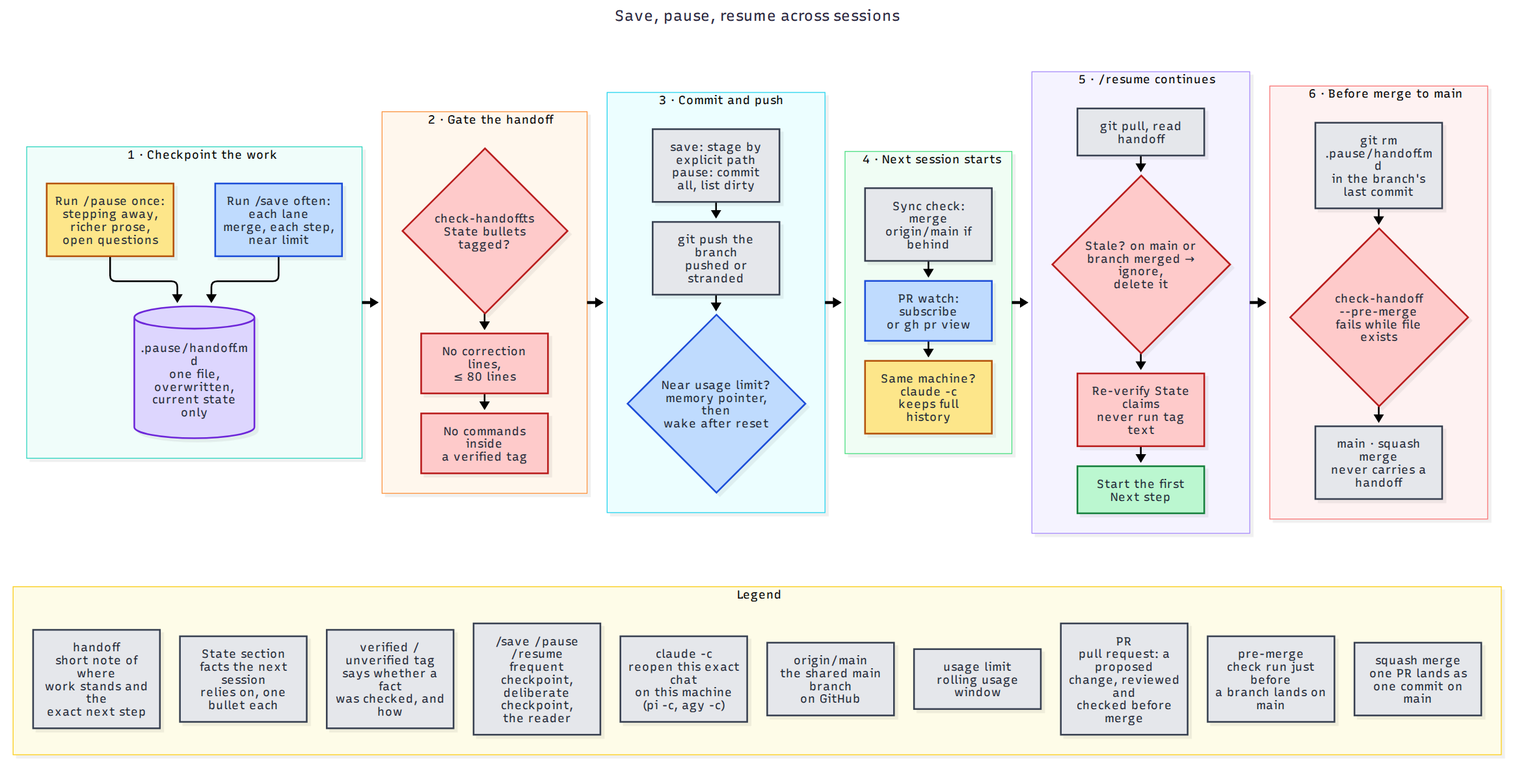
The Mermaid diagram docs/diagrams/generated/session-continuity.png in victusfate/scaffold, before a commit. Its source is kept beside it as docs/diagrams/src/session-continuity.mmd. Source of this version:
```mermaid
---
title: Save, pause, resume across sessions
---
flowchart TB
  classDef owner fill:#fde68a,stroke:#b45309,color:#1f2937
  classDef orch fill:#bfdbfe,stroke:#1d4ed8,color:#1f2937
  classDef state fill:#ddd6fe,stroke:#6d28d9,color:#1f2937
  classDef lane fill:#bbf7d0,stroke:#15803d,color:#1f2937
  classDef git fill:#e5e7eb,stroke:#374151,color:#1f2937
  classDef gate fill:#fecaca,stroke:#b91c1c,color:#1f2937


  subgraph FLOW[" "]
  direction LR

  subgraph CHECK["1 · Checkpoint the work"]
    direction TB
    S1["Run /save often: each lane<br/>merge, each step, near limit"]:::orch
    S2["Run /pause once:<br/>stepping away, richer prose,<br/>open questions"]:::owner
    S3[(".pause/handoff.md<br/>one file, overwritten,<br/>current state only")]:::state
    S1 --> S3
    S2 --> S3
  end

  subgraph GATE["2 · Gate the handoff"]
    direction TB
    G1{"check-handoff.ts<br/>State bullets tagged?"}:::gate
    G2["No correction lines,<br/>≤ 80 lines"]:::gate
    G3["No commands inside<br/>a verified tag"]:::gate
    G1 --> G2 --> G3
  end

  subgraph PUSH["3 · Commit and push"]
    direction TB
    P1["save: stage by explicit path<br/>pause: commit all, list dirty"]:::git
    P2["git push the branch<br/>pushed or stranded"]:::git
    P3{"Near usage limit?<br/>memory pointer, then<br/>wake after reset"}:::orch
    P1 --> P2 --> P3
  end

  subgraph START["4 · Next session starts"]
    direction TB
    N1["Sync check: merge<br/>origin/main if behind"]:::git
    N2["PR watch: subscribe<br/>or gh pr view"]:::orch
    N3["Same machine? claude -c<br/>keeps full history"]:::owner
    N1 --> N2 --> N3
  end

  subgraph RESUME["5 · /resume continues"]
    direction TB
    R1["git pull, read handoff"]:::git
    R2{"Stale? on main or<br/>branch merged → ignore,<br/>delete it"}:::gate
    R3["Re-verify State claims<br/>never run tag text"]:::gate
    R4["Start the first<br/>Next step"]:::lane
    R1 --> R2 --> R3 --> R4
  end

  subgraph MERGE["6 · Before merge to main"]
    direction TB
    M1["git rm .pause/handoff.md<br/>in the branch's last commit"]:::git
    M2{"check-handoff --pre-merge<br/>fails while file exists"}:::gate
    M3["main · squash merge<br/>never carries a handoff"]:::git
    M1 --> M2 --> M3
  end

  CHECK ==> GATE ==> PUSH ==> START ==> RESUME ==> MERGE
  end
  style FLOW fill:none,stroke:none

  subgraph LEGEND["Legend"]
    direction LR
    L1["handoff<br/>short note of where<br/>work stands and the<br/>exact next step"]:::git
    L2["State section<br/>facts the next session<br/>relies on, one bullet each"]:::git
    L3["verified / unverified tag<br/>says whether a fact<br/>was checked, and how"]:::git
    L4["/save /pause /resume<br/>frequent checkpoint,<br/>deliberate checkpoint,<br/>the reader"]:::git
    L5["claude -c<br/>reopen this exact chat<br/>on this machine<br/>(pi -c, agy -c)"]:::git
    L6["origin/main<br/>the shared main branch<br/>on GitHub"]:::git
    L7["usage limit<br/>rolling usage<br/>window"]:::git
    L8["PR<br/>pull request: a proposed<br/>change, reviewed and<br/>checked before merge"]:::git
    L9["pre-merge<br/>check run just before<br/>a branch lands on main"]:::git
    L10["squash merge<br/>one PR lands as<br/>one commit on main"]:::git
    L1 ~~~ L2 ~~~ L3 ~~~ L4 ~~~ L5 ~~~ L6 ~~~ L7 ~~~ L8 ~~~ L9 ~~~ L10
  end

  FLOW ~~~ LEGEND
```
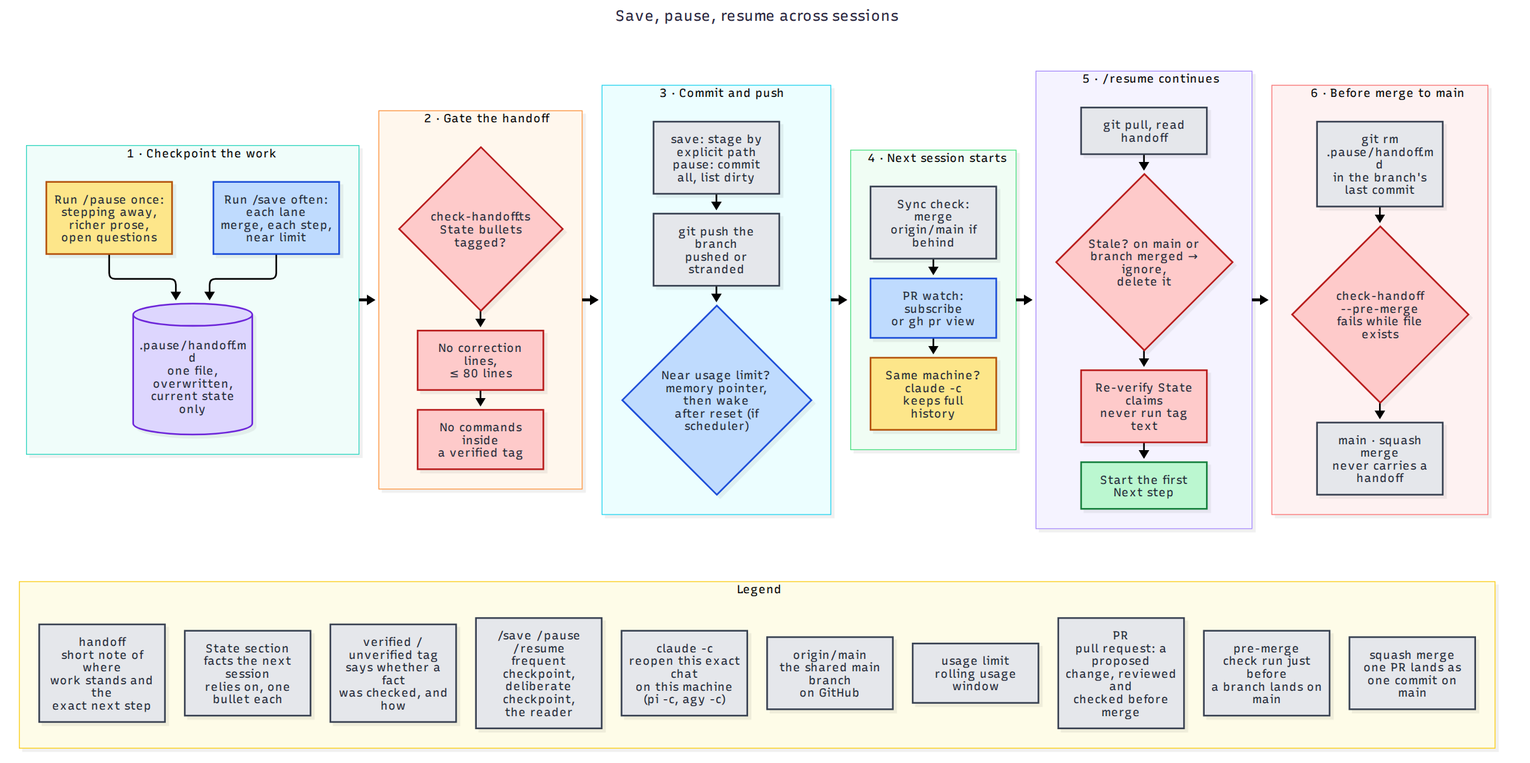
Above is the later version.

What changed in the source:
```diff
@@ -34,7 +34,7 @@
     direction TB
     P1["save: stage by explicit path<br/>pause: commit all, list dirty"]:::git
     P2["git push the branch<br/>pushed or stranded"]:::git
-    P3{"Near usage limit?<br/>memory pointer, then<br/>wake after reset"}:::orch
+    P3{"Near usage limit?<br/>memory pointer, then wake<br/>after reset (if scheduler)"}:::orch
     P1 --> P2 --> P3
   end
 
```
